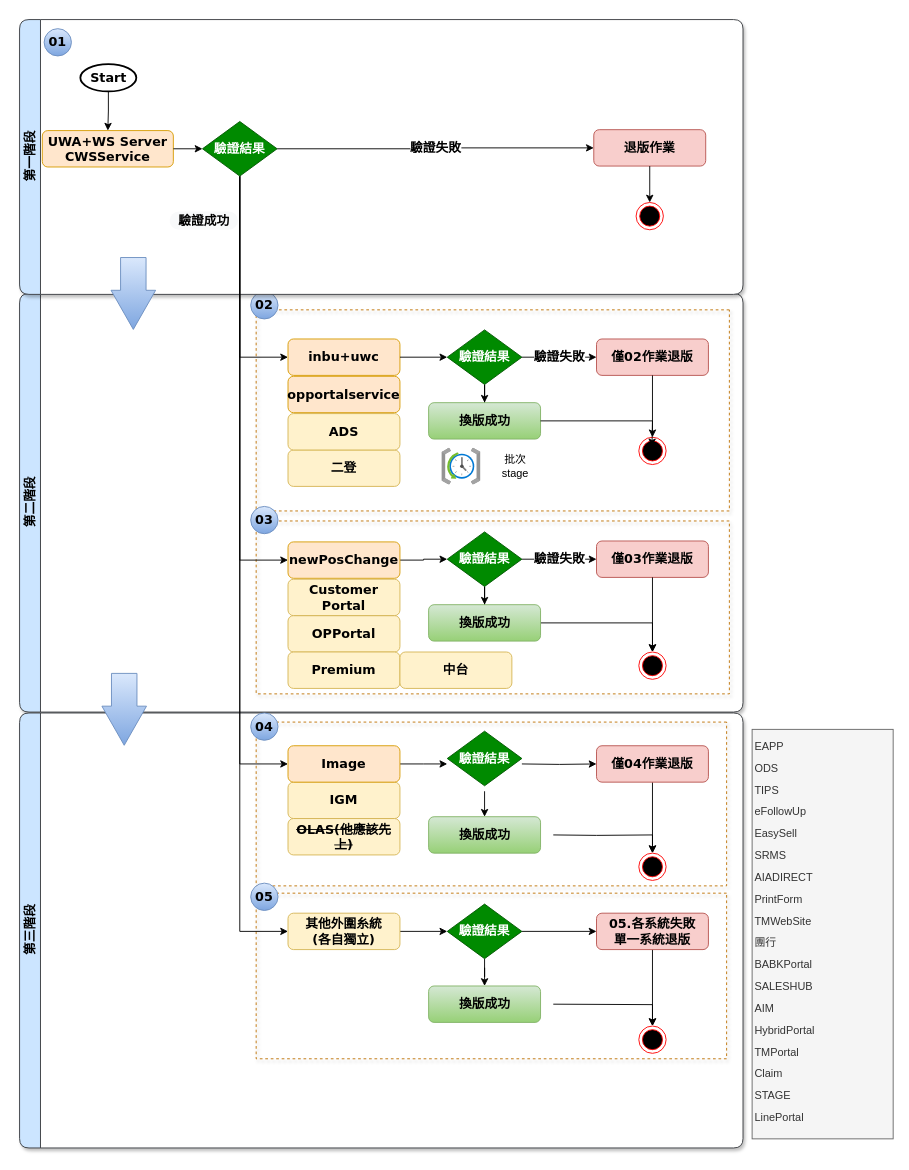
Earlier version of the draw.io diagram 未命名绘图.drawio (chenegg/chenegg.github.io). Source tidied: cells renumbered, new cells numbered last; positions are measured from the earlier drawing's top-left corner, leaving out a move shared by most shapes. Both pictures are drawn from the tidied source at 91%, with x=0, y=0 at pixel (19, 19).
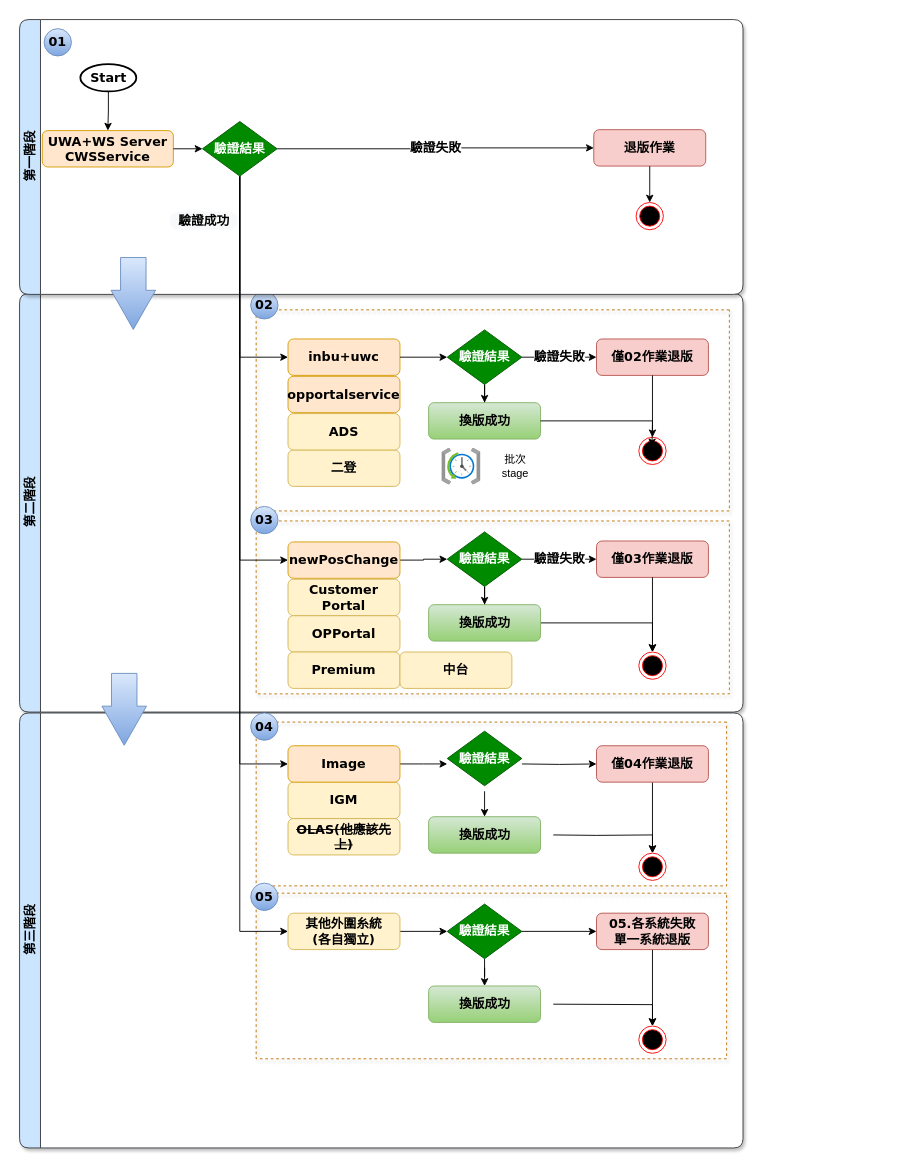
Above is the later version.

Commit message:
更新未命名绘图.drawio

Diff of the diagram source:
```diff
@@
-    <mxCell id="81" value="&lt;div&gt;&lt;table width=&quot;150&quot; style=&quot;border-collapse:collapse;width:113pt&quot;&gt;&lt;colgroup&gt;&lt;col width=&quot;150&quot; style=&quot;width:113pt&quot;&gt;&lt;/colgroup&gt;&lt;tbody&gt;&lt;tr height=&quot;22&quot; style=&quot;height:16.5pt&quot;&gt;&lt;td width=&quot;150&quot; height=&quot;22&quot; class=&quot;xl126&quot; style=&quot;width:113pt;height:16.5pt&quot;&gt;EAPP&lt;/td&gt;&lt;/tr&gt;&lt;tr height=&quot;22&quot; style=&quot;height:16.5pt&quot;&gt;&lt;td height=&quot;22&quot; class=&quot;xl124&quot; style=&quot;height:16.5pt&quot;&gt;ODS&lt;/td&gt;&lt;/tr&gt;&lt;tr height=&quot;22&quot; style=&quot;height:16.5pt&quot;&gt;&lt;td height=&quot;22&quot; class=&quot;xl124&quot; style=&quot;height:16.5pt&quot;&gt;TIPS&lt;/td&gt;&lt;/tr&gt;&lt;tr height=&quot;22&quot; style=&quot;height:16.5pt&quot;&gt;&lt;td height=&quot;22&quot; class=&quot;xl124&quot; style=&quot;height:16.5pt&quot;&gt;eFollowUp&lt;/td&gt;&lt;/tr&gt;&lt;tr height=&quot;22&quot; style=&quot;height:16.5pt&quot;&gt;&lt;td height=&quot;22&quot; class=&quot;xl124&quot; style=&quot;height:16.5pt&quot;&gt;EasySell&lt;/td&gt;&lt;/tr&gt;&lt;tr height=&quot;22&quot; style=&quot;height:16.5pt&quot;&gt;&lt;td height=&quot;22&quot; class=&quot;xl124&quot; style=&quot;height:16.5pt&quot;&gt;SRMS&lt;/td&gt;&lt;/tr&gt;&lt;tr height=&quot;22&quot; style=&quot;height:16.5pt&quot;&gt;&lt;td height=&quot;22&quot; class=&quot;xl124&quot; style=&quot;height:16.5pt&quot;&gt;AIADIRECT&lt;/td&gt;&lt;/tr&gt;&lt;tr height=&quot;22&quot; style=&quot;height:16.5pt&quot;&gt;&lt;td height=&quot;22&quot; class=&quot;xl124&quot; style=&quot;height:16.5pt&quot;&gt;PrintForm&lt;/td&gt;&lt;/tr&gt;&lt;tr height=&quot;22&quot; style=&quot;height:16.5pt&quot;&gt;&lt;td height=&quot;22&quot; class=&quot;xl124&quot; style=&quot;height:16.5pt&quot;&gt;TMWebSite&lt;/td&gt;&lt;/tr&gt;&lt;tr height=&quot;22&quot; style=&quot;height:16.5pt&quot;&gt;&lt;td height=&quot;22&quot; class=&quot;xl124&quot; style=&quot;height:16.5pt&quot;&gt;團行&lt;/td&gt;&lt;/tr&gt;&lt;tr height=&quot;22&quot; style=&quot;height:16.5pt&quot;&gt;&lt;td height=&quot;22&quot; class=&quot;xl124&quot; style=&quot;height:16.5pt&quot;&gt;BABKPortal&lt;/td&gt;&lt;/tr&gt;&lt;tr height=&quot;22&quot; style=&quot;height:16.5pt&quot;&gt;&lt;td height=&quot;22&quot; class=&quot;xl124&quot; style=&quot;height:16.5pt&quot;&gt;SALESHUB&lt;/td&gt;&lt;/tr&gt;&lt;tr height=&quot;22&quot; style=&quot;height:16.5pt&quot;&gt;&lt;td height=&quot;22&quot; class=&quot;xl124&quot; style=&quot;height:16.5pt&quot;&gt;AIM&lt;/td&gt;&lt;/tr&gt;&lt;tr height=&quot;22&quot; style=&quot;height:16.5pt&quot;&gt;&lt;td height=&quot;22&quot; class=&quot;xl124&quot; style=&quot;height:16.5pt&quot;&gt;HybridPortal&lt;/td&gt;&lt;/tr&gt;&lt;tr height=&quot;22&quot; style=&quot;height:16.5pt&quot;&gt;&lt;td height=&quot;22&quot; class=&quot;xl124&quot; style=&quot;height:16.5pt&quot;&gt;TMPortal&lt;/td&gt;&lt;/tr&gt;&lt;tr height=&quot;22&quot; style=&quot;height:16.5pt&quot;&gt;&lt;td height=&quot;22&quot; class=&quot;xl124&quot; style=&quot;height:16.5pt&quot;&gt;Claim&lt;/td&gt;&lt;/tr&gt;&lt;tr height=&quot;22&quot; style=&quot;height:16.5pt&quot;&gt;&lt;td height=&quot;22&quot; class=&quot;xl124&quot; style=&quot;height:16.5pt&quot;&gt;STAGE&lt;/td&gt;&lt;/tr&gt;&lt;tr height=&quot;23&quot; style=&quot;height:17.25pt&quot;&gt;&lt;td height=&quot;23&quot; class=&quot;xl184&quot; style=&quot;height:17.25pt&quot;&gt;LinePortal&lt;/td&gt;&lt;/tr&gt;&lt;/tbody&gt;&lt;/table&gt;&lt;/div&gt;" style="text;whiteSpace=wrap;html=1;fillColor=#f5f5f5;fontColor=#333333;strokeColor=#666666;" parent="1" vertex="1">
-      <mxGeometry x="805" y="780" width="155" height="450" as="geometry" />
-    </mxCell>
```
